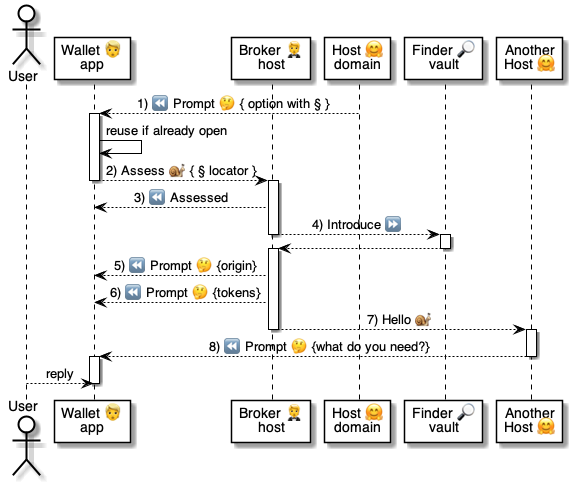
This is 5 ⏩ Flows/90 🧑‍🦰👉 Wallets/15 👉🔆 Locators/.📎 Assets/⚙️🤔 Prompt option.png from pollyweb-org/pollyweb-docs, a PlantUML export, as it was before one commit. Its source is kept beside it as 5 ⏩ Flows/90 🧑‍🦰👉 Wallets/15 👉🔆 Locators/.📎 Assets/⚙️🤔 Prompt option.puml.
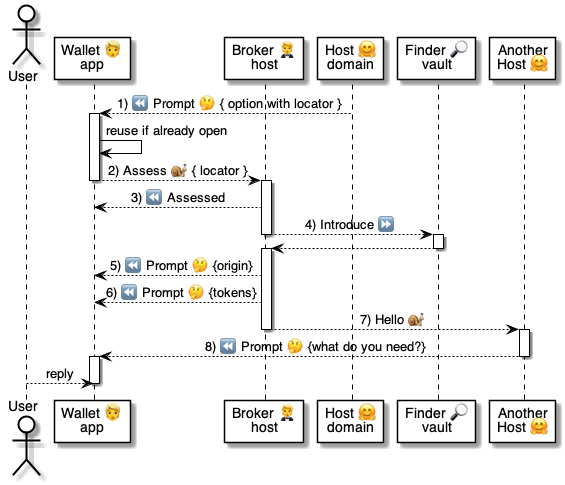
Above is the later version.

What changed in the source:
```diff
@@ -10,11 +10,11 @@
 participant "Another\nHost 🤗" as host2
 
 
-host --> wallet: 1) ⏪ Prompt 🤔 { option with § }
+host --> wallet: 1) ⏪ Prompt 🤔 { option with locator }
 
 activate wallet
     wallet -> wallet: reuse if already open
-    wallet --> broker: 2) Assess 🐌 { § locator }
+    wallet --> broker: 2) Assess 🐌 { locator }
 deactivate wallet
 
 activate broker
```
